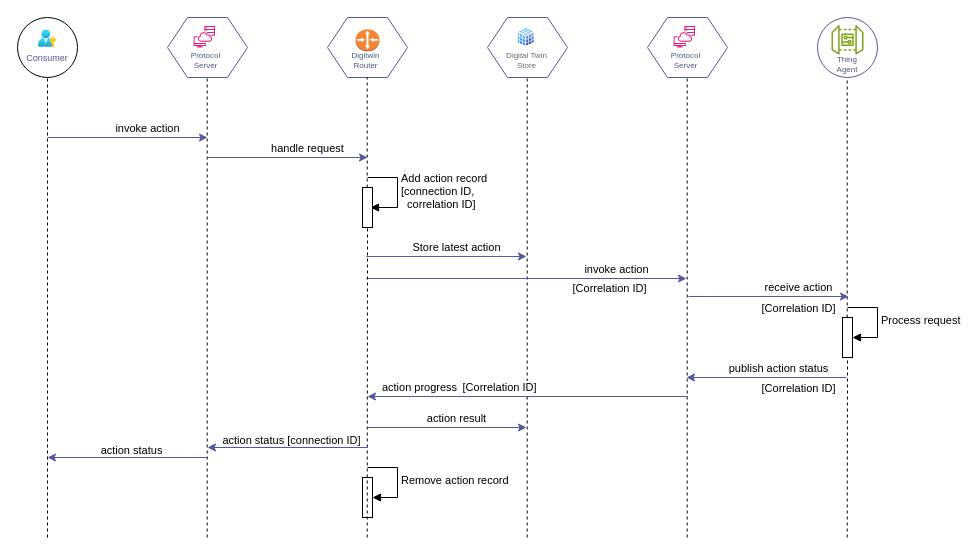
Earlier version of the draw.io diagram page "Action sequence" (7 of 9) of docs/hiveot.drawio (hiveot/hub). Source tidied: cells renumbered, new cells numbered last; positions are measured from the earlier drawing's top-left corner, leaving out a move shared by most shapes. Both pictures are drawn from the tidied source at 100%, with x=0, y=0 at pixel (17, 17).
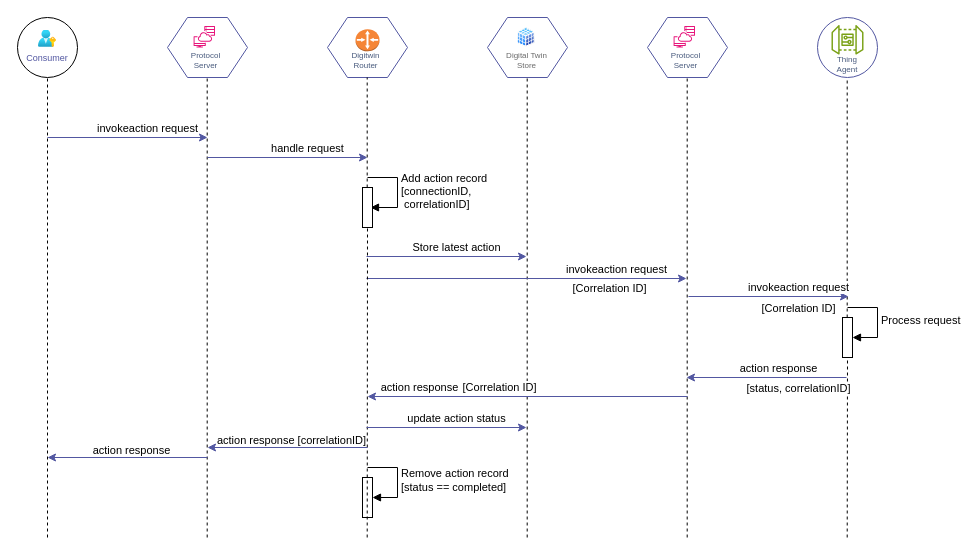
After the change.

Unchanged cells that the change refers to:
```xml
<mxCell id="24" style="endArrow=classic;html=1;rounded=0;strokeColor=#5257A1;" parent="1" edge="1">
  <mxGeometry relative="1" as="geometry">
    <mxPoint x="30" y="120" as="sourcePoint" />
    <mxPoint x="190" y="120" as="targetPoint" />
  </mxGeometry>
</mxCell>
<mxCell id="30" style="endArrow=classic;html=1;rounded=0;strokeColor=#5257A1;" parent="1" edge="1">
  <mxGeometry relative="1" as="geometry">
    <mxPoint x="349" y="261" as="sourcePoint" />
    <mxPoint x="669" y="261" as="targetPoint" />
  </mxGeometry>
</mxCell>
<mxCell id="33" style="endArrow=classic;html=1;rounded=0;strokeColor=#5257A1;" parent="1" edge="1">
  <mxGeometry relative="1" as="geometry">
    <mxPoint x="671" y="279" as="sourcePoint" />
    <mxPoint x="831" y="279" as="targetPoint" />
  </mxGeometry>
</mxCell>
<mxCell id="44" style="endArrow=classic;html=1;rounded=0;strokeColor=#5257A1;" parent="1" edge="1">
  <mxGeometry relative="1" as="geometry">
    <mxPoint x="829" y="360" as="sourcePoint" />
    <mxPoint x="669" y="360" as="targetPoint" />
  </mxGeometry>
</mxCell>
<mxCell id="46" style="endArrow=classic;html=1;rounded=0;strokeColor=#5257A1;" parent="1" edge="1">
  <mxGeometry relative="1" as="geometry">
    <mxPoint x="670" y="379" as="sourcePoint" />
    <mxPoint x="350" y="379" as="targetPoint" />
  </mxGeometry>
</mxCell>
<mxCell id="48" style="html=1;points=[[0,0,0,0,5],[0,1,0,0,-5],[1,0,0,0,5],[1,1,0,0,-5]];perimeter=orthogonalPerimeter;outlineConnect=0;targetShapes=umlLifeline;portConstraint=eastwest;newEdgeStyle={&quot;curved&quot;:0,&quot;rounded&quot;:0};" parent="1" vertex="1">
  <mxGeometry x="345" y="460" width="10" height="40" as="geometry" />
</mxCell>
<mxCell id="52" style="endArrow=classic;html=1;rounded=0;strokeColor=#5257A1;" parent="1" edge="1">
  <mxGeometry relative="1" as="geometry">
    <mxPoint x="349" y="410" as="sourcePoint" />
    <mxPoint x="509" y="410" as="targetPoint" />
  </mxGeometry>
</mxCell>
<mxCell id="54" style="endArrow=classic;html=1;rounded=0;strokeColor=#5257A1;" parent="1" edge="1">
  <mxGeometry relative="1" as="geometry">
    <mxPoint x="350" y="430" as="sourcePoint" />
    <mxPoint x="190" y="430" as="targetPoint" />
  </mxGeometry>
</mxCell>
<mxCell id="59" style="endArrow=classic;html=1;rounded=0;strokeColor=#5257A1;" parent="1" edge="1">
  <mxGeometry relative="1" as="geometry">
    <mxPoint x="190" y="440" as="sourcePoint" />
    <mxPoint x="30" y="440" as="targetPoint" />
  </mxGeometry>
</mxCell>
```

The edit, as a diff of the source:
```diff
@@
-    <mxCell id="25" value="invoke action" style="edgeLabel;html=1;align=center;verticalAlign=middle;" parent="24" vertex="1">
+    <mxCell id="25" value="invokeaction request" style="edgeLabel;html=1;align=center;verticalAlign=middle;" parent="24" vertex="1">
       <mxGeometry x="0.1" y="1" relative="1" as="geometry">
         <mxPoint x="11" y="-9" as="offset" />
       </mxGeometry>
     </mxCell>
@@
-    <mxCell id="31" value="invoke action" style="edgeLabel;html=1;align=center;verticalAlign=middle;" parent="30" vertex="1">
+    <mxCell id="31" value="invokeaction request" style="edgeLabel;html=1;align=center;verticalAlign=middle;" parent="30" vertex="1">
       <mxGeometry x="0.1" y="1" relative="1" as="geometry">
         <mxPoint x="73" y="-9" as="offset" />
       </mxGeometry>
     </mxCell>
@@
-    <mxCell id="34" value="receive action" style="edgeLabel;html=1;align=center;verticalAlign=middle;" parent="33" vertex="1">
+    <mxCell id="34" value="invokeaction request" style="edgeLabel;html=1;align=center;verticalAlign=middle;" parent="33" vertex="1">
       <mxGeometry x="0.1" y="1" relative="1" as="geometry">
         <mxPoint x="21" y="-9" as="offset" />
       </mxGeometry>
     </mxCell>
@@
-    <mxCell id="40" value="Add action record&lt;br&gt;[connection ID,&lt;div&gt;&amp;nbsp; correlation ID]&lt;/div&gt;" style="html=1;align=left;spacingLeft=2;endArrow=block;rounded=0;edgeStyle=orthogonalEdgeStyle;curved=0;rounded=0;" parent="1" edge="1">
+    <mxCell id="40" value="Add action record&lt;br&gt;[connectionID,&amp;nbsp;&lt;div&gt;&amp;nbsp;correlationID&lt;span style=&quot;background-color: light-dark(#ffffff, var(--ge-dark-color, #121212)); color: light-dark(rgb(0, 0, 0), rgb(255, 255, 255));&quot;&gt;]&lt;/span&gt;&lt;/div&gt;" style="html=1;align=left;spacingLeft=2;endArrow=block;rounded=0;edgeStyle=orthogonalEdgeStyle;curved=0;rounded=0;" parent="1" edge="1">
       <mxGeometry relative="1" as="geometry">
         <mxPoint x="350" y="160" as="sourcePoint" />
         <mxPoint x="353" y="190" as="targetPoint" />
         <Array as="points">
           <mxPoint x="380" y="190" />
         </Array>
       </mxGeometry>
     </mxCell>
@@
-    <mxCell id="45" value="publish action status" style="edgeLabel;html=1;align=center;verticalAlign=middle;" parent="44" vertex="1">
+    <mxCell id="45" value="action response" style="edgeLabel;html=1;align=center;verticalAlign=middle;" parent="44" vertex="1">
       <mxGeometry x="0.1" y="1" relative="1" as="geometry">
         <mxPoint x="19" y="-11" as="offset" />
       </mxGeometry>
     </mxCell>
@@
-    <mxCell id="47" value="action progress" style="edgeLabel;html=1;align=center;verticalAlign=middle;" parent="46" vertex="1">
+    <mxCell id="47" value="action response" style="edgeLabel;html=1;align=center;verticalAlign=middle;" parent="46" vertex="1">
       <mxGeometry x="0.1" y="1" relative="1" as="geometry">
         <mxPoint x="-93" y="-11" as="offset" />
       </mxGeometry>
     </mxCell>
@@
-    <mxCell id="49" value="Remove action record" style="html=1;align=left;spacingLeft=2;endArrow=block;rounded=0;edgeStyle=orthogonalEdgeStyle;curved=0;rounded=0;" parent="1" edge="1" target="48">
+    <mxCell id="49" value="Remove action record&lt;div&gt;[status == completed]&lt;/div&gt;" style="html=1;align=left;spacingLeft=2;endArrow=block;rounded=0;edgeStyle=orthogonalEdgeStyle;curved=0;rounded=0;" parent="1" edge="1" target="48">
       <mxGeometry relative="1" as="geometry">
         <mxPoint x="350" y="450" as="sourcePoint" />
         <Array as="points">
           <mxPoint x="380" y="480" />
         </Array>
       </mxGeometry>
     </mxCell>
@@
-    <mxCell id="53" value="action result" style="edgeLabel;html=1;align=center;verticalAlign=middle;" parent="52" vertex="1">
+    <mxCell id="53" value="update action status" style="edgeLabel;html=1;align=center;verticalAlign=middle;" parent="52" vertex="1">
       <mxGeometry x="0.1" y="1" relative="1" as="geometry">
         <mxPoint x="1" y="-9" as="offset" />
       </mxGeometry>
     </mxCell>
@@
-    <mxCell id="55" value="action status [connection ID]" style="edgeLabel;html=1;align=center;verticalAlign=middle;" parent="54" vertex="1">
+    <mxCell id="55" value="action response [correlationID]" style="edgeLabel;html=1;align=center;verticalAlign=middle;" parent="54" vertex="1">
       <mxGeometry x="0.1" y="1" relative="1" as="geometry">
         <mxPoint x="11" y="-9" as="offset" />
       </mxGeometry>
     </mxCell>
@@
-    <mxCell id="57" value="[Correlation ID]" style="edgeLabel;html=1;align=center;verticalAlign=middle;" parent="1" vertex="1">
+    <mxCell id="57" value="[status, correlationID]" style="edgeLabel;html=1;align=center;verticalAlign=middle;" parent="1" vertex="1">
       <mxGeometry x="780" y="370" as="geometry" />
     </mxCell>
@@
-    <mxCell id="60" value="action status" style="edgeLabel;html=1;align=center;verticalAlign=middle;" parent="59" vertex="1">
+    <mxCell id="60" value="action response" style="edgeLabel;html=1;align=center;verticalAlign=middle;" parent="59" vertex="1">
       <mxGeometry x="0.1" y="1" relative="1" as="geometry">
         <mxPoint x="11" y="-9" as="offset" />
       </mxGeometry>
     </mxCell>
```
